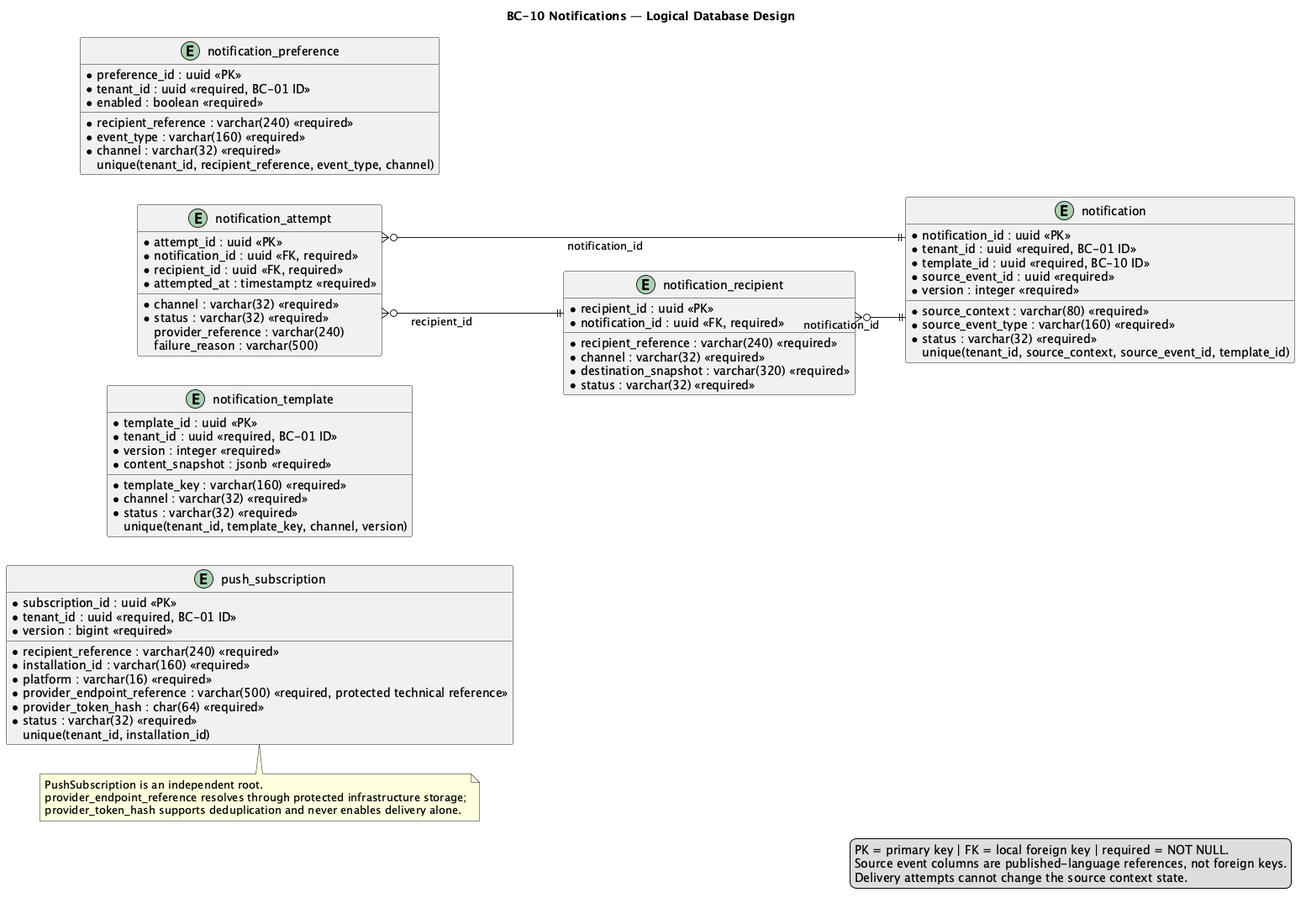
This is report/assets/chapter-2/tactical/BC-10/database-diagram.png from nexa-suite/mobile-report, a PlantUML export, as it was before one commit.
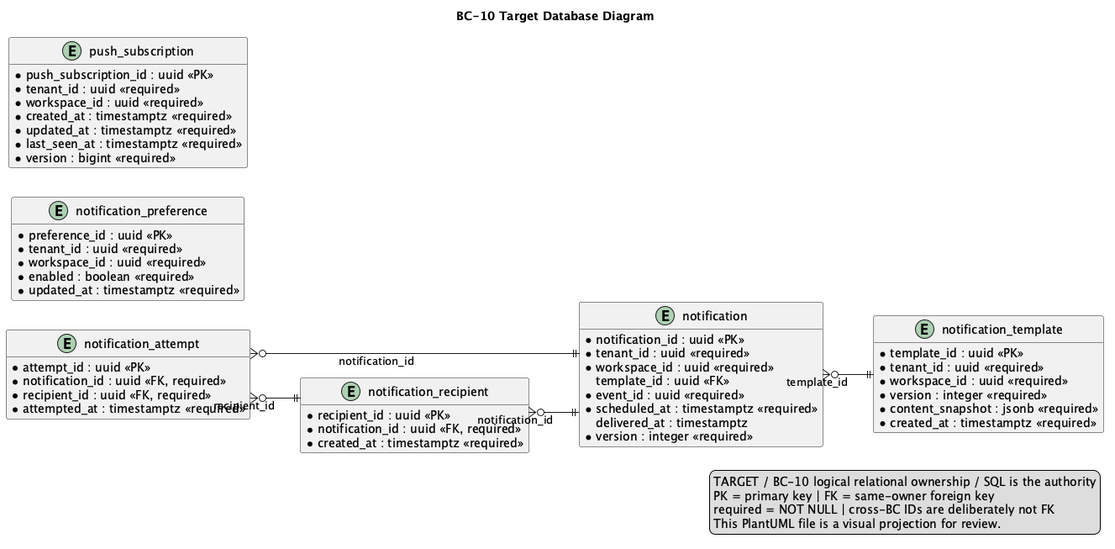
The same file after the commit.

Change to the diagram source:
```diff
@@ -1,6 +1,7 @@
 @startuml
-title BC-10 Notifications — Logical Database Design
+title BC-10 Target Database Diagram
 left to right direction
+hide methods
 skinparam shadowing false
 skinparam linetype ortho
 skinparam entity {
@@ -9,39 +10,68 @@
   FontColor #0F172A
 }
 
-entity "notification_template" as notification_template {
+entity "notification_template" as t_notification_template {
   * template_id : uuid <<PK>>
-  * tenant_id : uuid <<required, BC-01 ID>>
-  * template_key : varchar(160) <<required>>
+  * tenant_id : uuid <<required>>
+  * workspace_id : uuid <<required>>
+  * event_type : varchar(160) <<required>>
   * channel : varchar(32) <<required>>
   * version : integer <<required>>
   * content_snapshot : jsonb <<required>>
   * status : varchar(32) <<required>>
-    unique(tenant_id, template_key, channel, version)
+  * created_at : timestamptz <<required>>
 }
 
-entity "notification" as notification {
+entity "notification" as t_notification {
   * notification_id : uuid <<PK>>
-  * tenant_id : uuid <<required, BC-01 ID>>
-  * template_id : uuid <<required, BC-10 ID>>
-  * source_event_id : uuid <<required>>
-  * source_context : varchar(80) <<required>>
-  * source_event_type : varchar(160) <<required>>
+  * tenant_id : uuid <<required>>
+  * workspace_id : uuid <<required>>
+    template_id : uuid <<FK>>
+  * event_id : uuid <<required>>
+  * event_type : varchar(160) <<required>>
   * status : varchar(32) <<required>>
+  * scheduled_at : timestamptz <<required>>
+    delivered_at : timestamptz
   * version : integer <<required>>
-    unique(tenant_id, source_context, source_event_id, template_id)
 }
 
-entity "notification_recipient" as notification_recipient {
+entity "notification_recipient" as t_notification_recipient {
   * recipient_id : uuid <<PK>>
   * notification_id : uuid <<FK, required>>
-  * recipient_reference : varchar(240) <<required>>
-  * channel : varchar(32) <<required>>
-  * destination_snapshot : varchar(320) <<required>>
+  * recipient_key : varchar(240) <<required>>
+  * channel_address : varchar(320) <<required>>
   * status : varchar(32) <<required>>
+  * created_at : timestamptz <<required>>
 }
 
-entity "notification_attempt" as notification_attempt {
+entity "notification_preference" as t_notification_preference {
+  * preference_id : uuid <<PK>>
+  * tenant_id : uuid <<required>>
+  * workspace_id : uuid <<required>>
+  * recipient_key : varchar(240) <<required>>
+  * event_type : varchar(160) <<required>>
+  * channel : varchar(32) <<required>>
+  * enabled : boolean <<required>>
+  * updated_at : timestamptz <<required>>
+}
+
+entity "push_subscription" as t_push_subscription {
+  * push_subscription_id : uuid <<PK>>
+  * tenant_id : uuid <<required>>
+  * workspace_id : uuid <<required>>
+  * recipient_key : varchar(240) <<required>>
+  * surface : varchar(32) <<required>>
+  * installation_id : varchar(160) <<required>>
+  * platform : varchar(16) <<required>>
+  * provider_token_hash : char(64) <<required>>
+  * status : varchar(32) <<required>>
+  * created_at : timestamptz <<required>>
+  * updated_at : timestamptz <<required>>
+  * last_seen_at : timestamptz <<required>>
+  * version : bigint <<required>>
+}
+
+entity "notification_attempt" as t_notification_attempt {
   * attempt_id : uuid <<PK>>
   * notification_id : uuid <<FK, required>>
   * recipient_id : uuid <<FK, required>>
@@ -52,42 +82,15 @@
   * attempted_at : timestamptz <<required>>
 }
 
-entity "notification_preference" as notification_preference {
-  * preference_id : uuid <<PK>>
-  * tenant_id : uuid <<required, BC-01 ID>>
-  * recipient_reference : varchar(240) <<required>>
-  * event_type : varchar(160) <<required>>
-  * channel : varchar(32) <<required>>
-  * enabled : boolean <<required>>
-    unique(tenant_id, recipient_reference, event_type, channel)
-}
-
-entity "push_subscription" as push_subscription {
-  * subscription_id : uuid <<PK>>
-  * tenant_id : uuid <<required, BC-01 ID>>
-  * recipient_reference : varchar(240) <<required>>
-  * installation_id : varchar(160) <<required>>
-  * platform : varchar(16) <<required>>
-  * provider_endpoint_reference : varchar(500) <<required, protected technical reference>>
-  * provider_token_hash : char(64) <<required>>
-  * status : varchar(32) <<required>>
-  * version : bigint <<required>>
-    unique(tenant_id, installation_id)
-}
-
-notification_recipient }o--|| notification : notification_id
-notification_attempt }o--|| notification : notification_id
-notification_attempt }o--|| notification_recipient : recipient_id
-
-note bottom of push_subscription
-PushSubscription is an independent root.
-provider_endpoint_reference resolves through protected infrastructure storage;
-provider_token_hash supports deduplication and never enables delivery alone.
-end note
+t_notification }o--|| t_notification_template : template_id
+t_notification_recipient }o--|| t_notification : notification_id
+t_notification_attempt }o--|| t_notification : notification_id
+t_notification_attempt }o--|| t_notification_recipient : recipient_id
 
 legend right
-PK = primary key | FK = local foreign key | required = NOT NULL.
-Source event columns are published-language references, not foreign keys.
-Delivery attempts cannot change the source context state.
+TARGET / BC-10 logical relational ownership / SQL is the authority
+PK = primary key | FK = same-owner foreign key
+required = NOT NULL | cross-BC IDs are deliberately not FK
+This PlantUML file is a visual projection for review.
 endlegend
 @enduml
```
